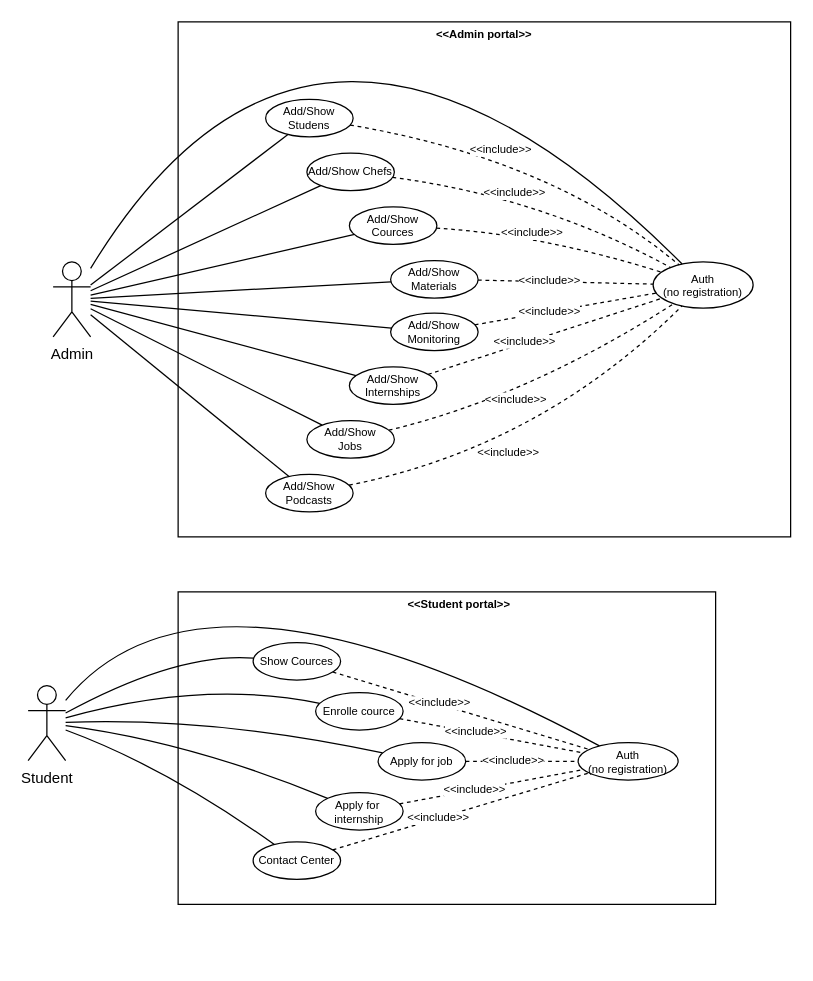
Above: page "UseCases" (2 of 4) of UML/UML.drawio in ZakariaBenhirt89/amaltadrib (draw.io), before the change. Source tidied: cells renumbered, new cells numbered last; positions are measured from the earlier drawing's top-left corner, leaving out a move shared by most shapes. Both pictures are drawn from the tidied source at 125%, with x=0, y=0 at pixel (28, -104).
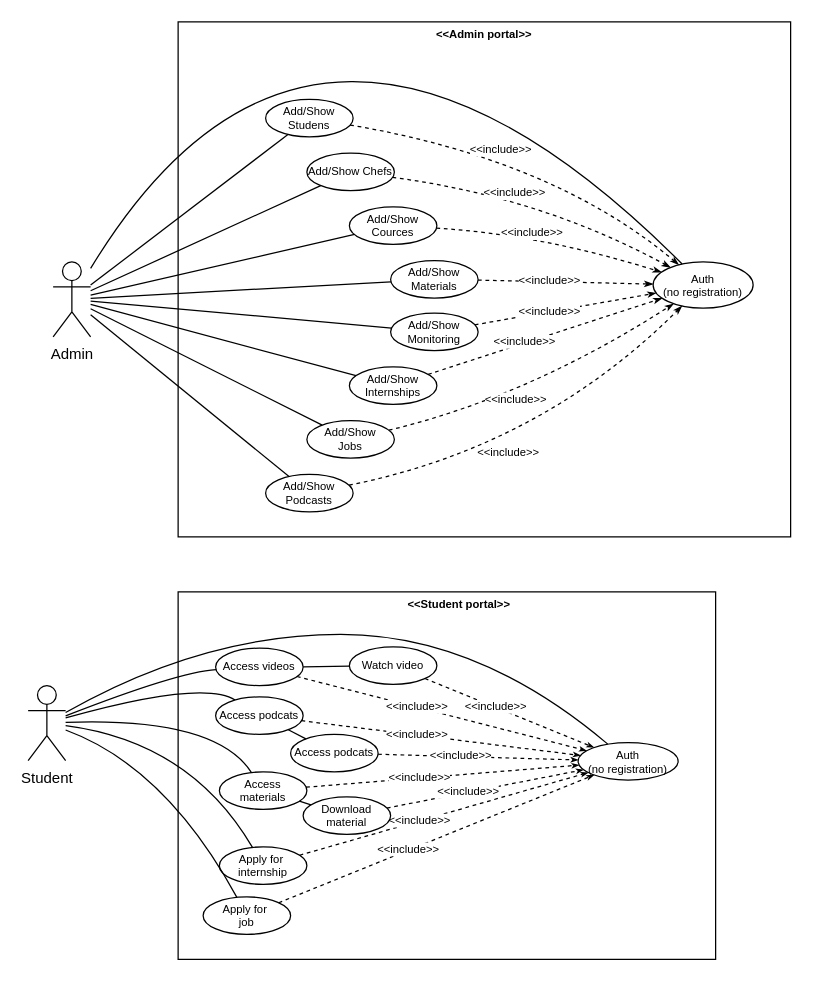
Above is the later version.

The change refers to these unchanged cells:
```xml
<mxCell id="5" value="Add/Show Studens" style="ellipse;whiteSpace=wrap;html=1;fontSize=9;" parent="1" vertex="1">
  <mxGeometry x="190" y="162" width="70" height="30" as="geometry" />
</mxCell>
<mxCell id="6" value="Add/Show Chefs" style="ellipse;whiteSpace=wrap;html=1;fontSize=9;" parent="1" vertex="1">
  <mxGeometry x="223" y="205" width="70" height="30" as="geometry" />
</mxCell>
<mxCell id="7" value="Add/Show Cources" style="ellipse;whiteSpace=wrap;html=1;fontSize=9;" parent="1" vertex="1">
  <mxGeometry x="257" y="248" width="70" height="30" as="geometry" />
</mxCell>
<mxCell id="8" value="Add/Show Materials" style="ellipse;whiteSpace=wrap;html=1;fontSize=9;" parent="1" vertex="1">
  <mxGeometry x="290" y="291" width="70" height="30" as="geometry" />
</mxCell>
<mxCell id="9" value="Add/Show Internships" style="ellipse;whiteSpace=wrap;html=1;fontSize=9;" parent="1" vertex="1">
  <mxGeometry x="257" y="376" width="70" height="30" as="geometry" />
</mxCell>
<mxCell id="10" value="Add/Show Monitoring" style="ellipse;whiteSpace=wrap;html=1;fontSize=9;" parent="1" vertex="1">
  <mxGeometry x="290" y="333" width="70" height="30" as="geometry" />
</mxCell>
<mxCell id="11" value="Add/Show Podcasts" style="ellipse;whiteSpace=wrap;html=1;fontSize=9;" parent="1" vertex="1">
  <mxGeometry x="190" y="462" width="70" height="30" as="geometry" />
</mxCell>
<mxCell id="12" value="Add/Show&lt;br&gt;Jobs" style="ellipse;whiteSpace=wrap;html=1;fontSize=9;" parent="1" vertex="1">
  <mxGeometry x="223" y="419" width="70" height="30" as="geometry" />
</mxCell>
<mxCell id="21" value="Student" style="shape=umlActor;verticalLabelPosition=bottom;verticalAlign=top;html=1;outlineConnect=0;" parent="1" vertex="1">
  <mxGeometry y="631" width="30" height="60" as="geometry" />
</mxCell>
<mxCell id="32" value="Auth&lt;br&gt;(no registration)" style="ellipse;whiteSpace=wrap;html=1;fontSize=9;" parent="1" vertex="1">
  <mxGeometry x="440" y="676.5" width="80" height="30" as="geometry" />
</mxCell>
<mxCell id="46" value="Auth&lt;br&gt;(no registration)" style="ellipse;whiteSpace=wrap;html=1;fontSize=9;" parent="1" vertex="1">
  <mxGeometry x="500" y="292" width="80" height="37" as="geometry" />
</mxCell>
```

Change to the diagram source:
```diff
@@
     <mxCell id="2" style="rounded=0;whiteSpace=wrap;html=1;" parent="1" vertex="1">
-      <mxGeometry x="120" y="556" width="430" height="250" as="geometry" />
+      <mxGeometry x="120" y="556" width="430" height="294" as="geometry" />
     </mxCell>
@@
-    <mxCell id="22" value="Show Cources" style="ellipse;whiteSpace=wrap;html=1;fontSize=9;" parent="1" vertex="1">
-      <mxGeometry x="180" y="596.5" width="70" height="30" as="geometry" />
+    <mxCell id="22" value="Access videos" style="ellipse;whiteSpace=wrap;html=1;fontSize=9;" parent="1" vertex="1">
+      <mxGeometry x="150" y="601" width="70" height="30" as="geometry" />
     </mxCell>
-    <mxCell id="23" value="Enrolle cource" style="ellipse;whiteSpace=wrap;html=1;fontSize=9;" parent="1" vertex="1">
-      <mxGeometry x="230" y="636.5" width="70" height="30" as="geometry" />
+    <mxCell id="23" value="Access podcats" style="ellipse;whiteSpace=wrap;html=1;fontSize=9;" parent="1" vertex="1">
+      <mxGeometry x="150" y="640" width="70" height="30" as="geometry" />
     </mxCell>
-    <mxCell id="24" value="Apply for job" style="ellipse;whiteSpace=wrap;html=1;fontSize=9;" parent="1" vertex="1">
-      <mxGeometry x="280" y="676.5" width="70" height="30" as="geometry" />
+    <mxCell id="24" value="Access materials" style="ellipse;whiteSpace=wrap;html=1;fontSize=9;" parent="1" vertex="1">
+      <mxGeometry x="153" y="700" width="70" height="30" as="geometry" />
     </mxCell>
     <mxCell id="25" value="Apply for&amp;nbsp;&lt;br&gt;internship" style="ellipse;whiteSpace=wrap;html=1;fontSize=9;" parent="1" vertex="1">
-      <mxGeometry x="230" y="716.5" width="70" height="30" as="geometry" />
+      <mxGeometry x="153" y="760" width="70" height="30" as="geometry" />
     </mxCell>
-    <mxCell id="26" value="Contact Center" style="ellipse;whiteSpace=wrap;html=1;fontSize=9;" parent="1" vertex="1">
-      <mxGeometry x="180" y="756" width="70" height="30" as="geometry" />
+    <mxCell id="26" value="Apply for&amp;nbsp;&lt;br&gt;job" style="ellipse;whiteSpace=wrap;html=1;fontSize=9;" parent="1" vertex="1">
+      <mxGeometry x="140" y="800" width="70" height="30" as="geometry" />
     </mxCell>
-    <mxCell id="27" style="endArrow=none;html=1;fontSize=9;curved=1;" parent="1" edge="1" source="21" target="22">
+    <mxCell id="27" style="endArrow=none;html=1;fontSize=9;curved=1;endFill=0;" parent="1" edge="1" source="21" target="22">
       <mxGeometry relative="1" as="geometry">
         <Array as="points">
-          <mxPoint x="120" y="604" />
+          <mxPoint x="120" y="620" />
         </Array>
       </mxGeometry>
     </mxCell>
-    <mxCell id="28" style="endArrow=none;html=1;fontSize=9;curved=1;" parent="1" edge="1" source="21" target="23">
+    <mxCell id="28" style="endArrow=none;html=1;fontSize=9;curved=1;endFill=0;" parent="1" edge="1" source="21" target="23">
       <mxGeometry relative="1" as="geometry">
         <Array as="points">
           <mxPoint x="140" y="626" />
         </Array>
       </mxGeometry>
     </mxCell>
-    <mxCell id="29" style="endArrow=none;html=1;fontSize=9;curved=1;" parent="1" edge="1" source="21" target="24">
+    <mxCell id="29" style="endArrow=none;html=1;fontSize=9;curved=1;endFill=0;" parent="1" edge="1" source="21" target="24">
       <mxGeometry relative="1" as="geometry">
         <Array as="points">
           <mxPoint x="150" y="656" />
         </Array>
       </mxGeometry>
     </mxCell>
-    <mxCell id="30" style="endArrow=none;html=1;fontSize=9;curved=1;" parent="1" edge="1" source="21" target="25">
+    <mxCell id="30" style="endArrow=none;html=1;fontSize=9;curved=1;endFill=0;" parent="1" edge="1" source="21" target="25">
       <mxGeometry relative="1" as="geometry">
         <Array as="points">
           <mxPoint x="130" y="676" />
         </Array>
       </mxGeometry>
     </mxCell>
-    <mxCell id="31" style="endArrow=none;html=1;fontSize=9;curved=1;" parent="1" edge="1" source="21" target="26">
+    <mxCell id="31" style="endArrow=none;html=1;fontSize=9;curved=1;endFill=0;" parent="1" edge="1" source="21" target="26">
       <mxGeometry relative="1" as="geometry">
         <Array as="points">
           <mxPoint x="110" y="696" />
         </Array>
       </mxGeometry>
     </mxCell>
@@
-    <mxCell id="33" style="endArrow=none;html=1;fontSize=9;curved=1;" parent="1" edge="1" source="21" target="32">
+    <mxCell id="33" style="endArrow=none;html=1;fontSize=9;curved=1;endFill=0;" parent="1" edge="1" source="21" target="32">
       <mxGeometry relative="1" as="geometry">
         <Array as="points">
-          <mxPoint x="140" y="509" />
+          <mxPoint x="140" y="590" />
+          <mxPoint x="360" y="590" />
         </Array>
       </mxGeometry>
     </mxCell>
-    <mxCell id="34" style="endArrow=none;dashed=1;html=1;fontSize=9;" parent="1" edge="1" source="22" target="32">
+    <mxCell id="34" style="endArrow=classicThin;dashed=1;html=1;fontSize=9;startArrow=none;startFill=0;startSize=4;endSize=3;endFill=1;" parent="1" edge="1" source="22" target="32">
       <mxGeometry relative="1" as="geometry" />
     </mxCell>
@@
-    <mxCell id="36" style="endArrow=none;dashed=1;html=1;fontSize=9;" parent="1" edge="1" source="23" target="32">
+    <mxCell id="36" style="endArrow=classicThin;dashed=1;html=1;fontSize=9;startArrow=none;startFill=0;startSize=4;endSize=3;endFill=1;" parent="1" edge="1" source="23" target="32">
       <mxGeometry relative="1" as="geometry" />
     </mxCell>
@@
-    <mxCell id="38" style="endArrow=none;dashed=1;html=1;fontSize=9;" parent="1" edge="1" source="24" target="32">
+    <mxCell id="38" style="endArrow=classicThin;dashed=1;html=1;fontSize=9;startArrow=none;startFill=0;startSize=4;endSize=3;endFill=1;" parent="1" edge="1" source="68" target="32">
       <mxGeometry relative="1" as="geometry" />
     </mxCell>
@@
-    <mxCell id="40" style="endArrow=none;dashed=1;html=1;fontSize=9;" parent="1" edge="1" source="25" target="32">
+    <mxCell id="40" style="endArrow=classicThin;dashed=1;html=1;fontSize=9;startArrow=none;startFill=0;startSize=4;endSize=3;endFill=1;" parent="1" edge="1" source="25" target="32">
       <mxGeometry relative="1" as="geometry" />
     </mxCell>
@@
-    <mxCell id="42" style="endArrow=none;dashed=1;html=1;fontSize=9;" parent="1" edge="1" source="26" target="32">
+    <mxCell id="42" style="endArrow=classicThin;dashed=1;html=1;fontSize=9;startArrow=none;startFill=0;startSize=4;endSize=3;endFill=1;" parent="1" edge="1" source="26" target="32">
       <mxGeometry relative="1" as="geometry" />
     </mxCell>
@@
-    <mxCell id="47" style="endArrow=none;dashed=1;html=1;fontSize=9;curved=1;" parent="1" edge="1" source="11" target="46">
+    <mxCell id="47" style="endArrow=classicThin;dashed=1;html=1;fontSize=9;curved=1;endFill=1;endSize=4;" parent="1" edge="1" source="11" target="46">
       <mxGeometry relative="1" as="geometry">
         <Array as="points">
           <mxPoint x="410" y="440" />
         </Array>
       </mxGeometry>
     </mxCell>
@@
-    <mxCell id="49" style="endArrow=none;dashed=1;html=1;fontSize=9;curved=1;" parent="1" edge="1" source="12" target="46">
+    <mxCell id="49" style="endArrow=classicThin;dashed=1;html=1;fontSize=9;curved=1;endFill=1;endSize=4;" parent="1" edge="1" source="12" target="46">
       <mxGeometry relative="1" as="geometry">
         <Array as="points">
           <mxPoint x="400" y="400" />
         </Array>
       </mxGeometry>
     </mxCell>
@@
-    <mxCell id="51" style="endArrow=none;dashed=1;html=1;fontSize=9;curved=1;" parent="1" edge="1" source="9" target="46">
+    <mxCell id="51" style="endArrow=classicThin;dashed=1;html=1;fontSize=9;curved=1;endFill=1;endSize=4;" parent="1" edge="1" source="9" target="46">
       <mxGeometry relative="1" as="geometry" />
     </mxCell>
@@
-    <mxCell id="53" style="endArrow=none;dashed=1;html=1;fontSize=9;curved=1;" parent="1" edge="1" source="10" target="46">
+    <mxCell id="53" style="endArrow=classicThin;dashed=1;html=1;fontSize=9;curved=1;endFill=1;endSize=4;" parent="1" edge="1" source="10" target="46">
       <mxGeometry relative="1" as="geometry" />
     </mxCell>
@@
-    <mxCell id="55" style="endArrow=none;dashed=1;html=1;fontSize=9;curved=1;" parent="1" edge="1" source="8" target="46">
+    <mxCell id="55" style="endArrow=classicThin;dashed=1;html=1;fontSize=9;curved=1;endFill=1;endSize=4;" parent="1" edge="1" source="8" target="46">
       <mxGeometry relative="1" as="geometry" />
     </mxCell>
@@
-    <mxCell id="57" style="endArrow=none;dashed=1;html=1;fontSize=9;curved=1;" parent="1" edge="1" source="7" target="46">
+    <mxCell id="57" style="endArrow=classicThin;dashed=1;html=1;fontSize=9;curved=1;endFill=1;endSize=4;" parent="1" edge="1" source="7" target="46">
       <mxGeometry relative="1" as="geometry">
         <Array as="points">
           <mxPoint x="410" y="270" />
         </Array>
       </mxGeometry>
     </mxCell>
@@
-    <mxCell id="59" style="endArrow=none;dashed=1;html=1;fontSize=9;curved=1;" parent="1" edge="1" source="6" target="46">
+    <mxCell id="59" style="endArrow=classicThin;dashed=1;html=1;fontSize=9;curved=1;endFill=1;endSize=4;" parent="1" edge="1" source="6" target="46">
       <mxGeometry relative="1" as="geometry">
         <Array as="points">
           <mxPoint x="410" y="240" />
         </Array>
       </mxGeometry>
     </mxCell>
@@
-    <mxCell id="61" style="endArrow=none;dashed=1;html=1;fontSize=9;curved=1;" parent="1" edge="1" source="5" target="46">
+    <mxCell id="61" style="endArrow=classicThin;dashed=1;html=1;fontSize=9;curved=1;endFill=1;endSize=4;" parent="1" edge="1" source="5" target="46">
       <mxGeometry relative="1" as="geometry">
         <Array as="points">
           <mxPoint x="420" y="210" />
         </Array>
       </mxGeometry>
     </mxCell>
@@
+    <mxCell id="64" value="Watch video" style="ellipse;whiteSpace=wrap;html=1;fontSize=9;" parent="1" vertex="1">
+      <mxGeometry x="257" y="600" width="70" height="30" as="geometry" />
+    </mxCell>
+    <mxCell id="65" style="endArrow=classicThin;dashed=1;html=1;fontSize=9;startArrow=none;startFill=0;startSize=4;endSize=3;endFill=1;" parent="1" edge="1" source="64" target="32">
+      <mxGeometry relative="1" as="geometry" />
+    </mxCell>
+    <mxCell id="66" value="&amp;lt;&amp;lt;include&amp;gt;&amp;gt;" style="edgeLabel;html=1;align=center;verticalAlign=middle;fontSize=9;" parent="65" vertex="1">
+      <mxGeometry x="-0.18" y="1" relative="1" as="geometry" />
+    </mxCell>
+    <mxCell id="67" style="endArrow=none;html=1;fontSize=9;curved=1;endFill=0;" parent="1" edge="1" source="22" target="64">
+      <mxGeometry relative="1" as="geometry" />
+    </mxCell>
+    <mxCell id="68" value="Download material" style="ellipse;whiteSpace=wrap;html=1;fontSize=9;" parent="1" vertex="1">
+      <mxGeometry x="220" y="720" width="70" height="30" as="geometry" />
+    </mxCell>
+    <mxCell id="69" style="endArrow=classicThin;dashed=1;html=1;fontSize=9;startArrow=none;startFill=0;startSize=4;endSize=3;endFill=1;" parent="1" edge="1" source="24" target="32">
+      <mxGeometry relative="1" as="geometry" />
+    </mxCell>
+    <mxCell id="70" value="&amp;lt;&amp;lt;include&amp;gt;&amp;gt;" style="edgeLabel;html=1;align=center;verticalAlign=middle;fontSize=9;" parent="69" vertex="1">
+      <mxGeometry x="-0.18" y="1" relative="1" as="geometry" />
+    </mxCell>
+    <mxCell id="71" style="endArrow=none;html=1;fontSize=9;curved=1;endFill=0;endSize=1;" parent="1" edge="1" source="24" target="68">
+      <mxGeometry relative="1" as="geometry" />
+    </mxCell>
+    <mxCell id="72" value="Access podcats" style="ellipse;whiteSpace=wrap;html=1;fontSize=9;" parent="1" vertex="1">
+      <mxGeometry x="210" y="670" width="70" height="30" as="geometry" />
+    </mxCell>
+    <mxCell id="73" style="endArrow=classicThin;dashed=1;html=1;fontSize=9;startArrow=none;startFill=0;startSize=4;endSize=3;endFill=1;" parent="1" edge="1" source="72" target="32">
+      <mxGeometry relative="1" as="geometry" />
+    </mxCell>
+    <mxCell id="74" value="&amp;lt;&amp;lt;include&amp;gt;&amp;gt;" style="edgeLabel;html=1;align=center;verticalAlign=middle;fontSize=9;" parent="73" vertex="1">
+      <mxGeometry x="-0.18" y="1" relative="1" as="geometry" />
+    </mxCell>
+    <mxCell id="75" style="endArrow=none;html=1;fontSize=9;curved=1;endFill=0;" parent="1" edge="1" source="23" target="72">
+      <mxGeometry relative="1" as="geometry" />
+    </mxCell>
```
